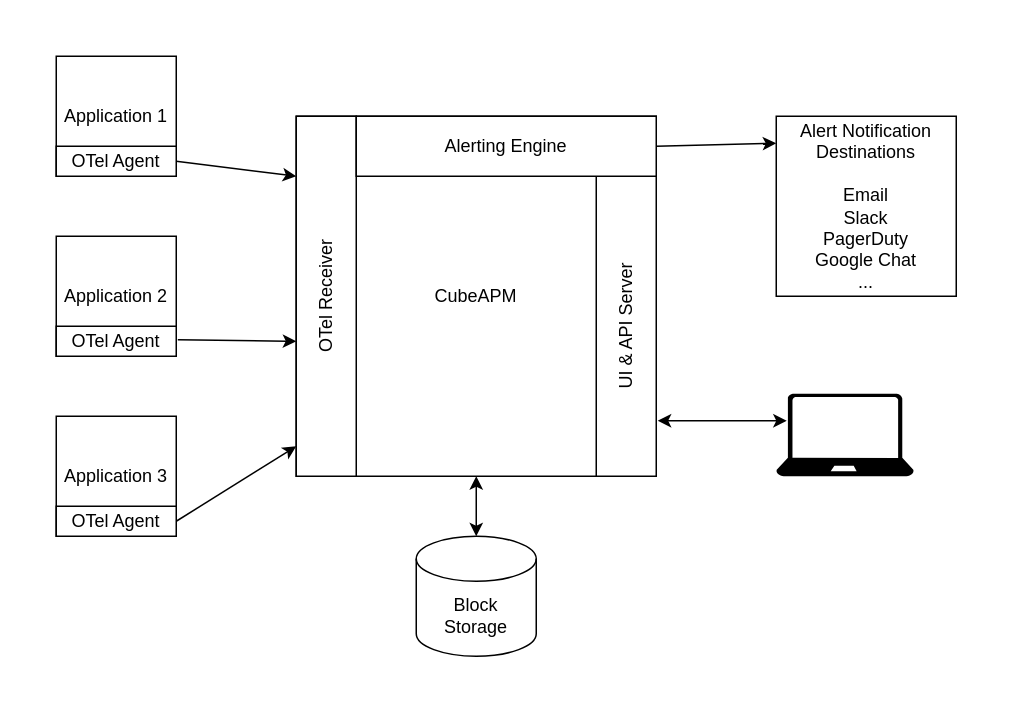
Earlier version of the draw.io diagram src/img/architecture.drawio (cubeapm/docs). Source tidied: cells renumbered, new cells numbered last; positions are measured from the earlier drawing's top-left corner, leaving out a move shared by most shapes. Both pictures are drawn from the tidied source at 150%, with x=0, y=0 at pixel (26, 26).
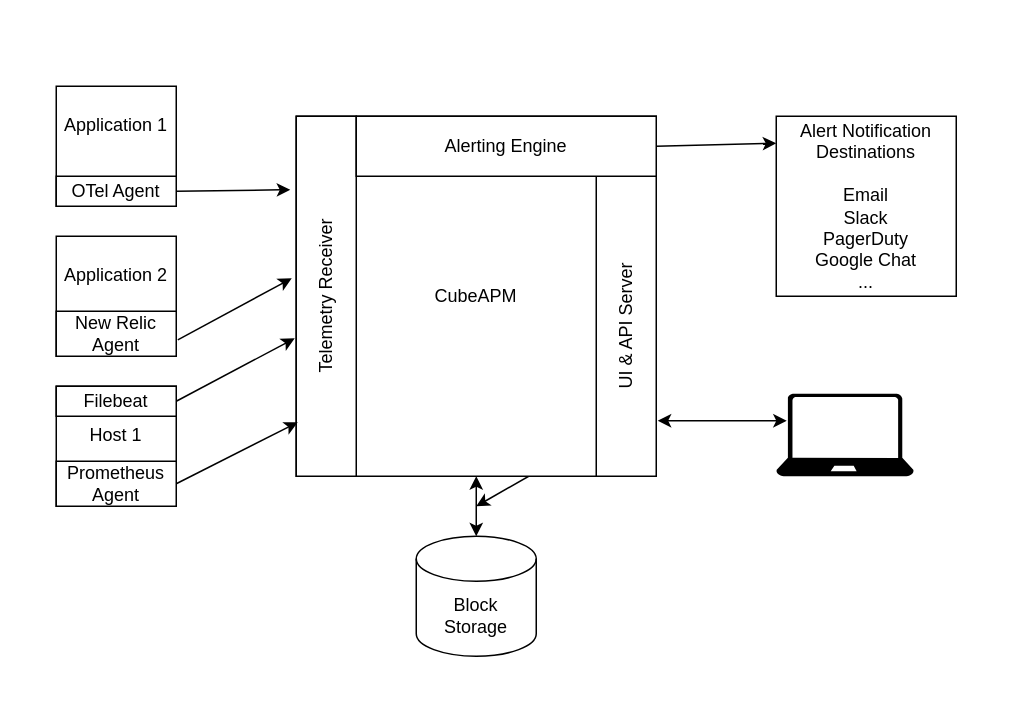
The same page after the edit.

The change refers to these unchanged cells:
```xml
<mxCell id="9" value="CubeAPM" style="whiteSpace=wrap;html=1;" parent="1" vertex="1">
  <mxGeometry x="180" y="60" width="240" height="240" as="geometry" />
</mxCell>
<mxCell id="14" value="UI &amp;amp; API Server" style="rounded=0;whiteSpace=wrap;html=1;rotation=-90;" parent="1" vertex="1">
  <mxGeometry x="300" y="180" width="200" height="40" as="geometry" />
</mxCell>
<mxCell id="20" value="Block&lt;br&gt;Storage" style="shape=cylinder3;whiteSpace=wrap;html=1;boundedLbl=1;backgroundOutline=1;size=15;" parent="1" vertex="1">
  <mxGeometry x="260" y="340" width="80" height="80" as="geometry" />
</mxCell>
```

Diff of the diagram source:
```diff
@@
     <mxCell id="2" style="rounded=0;whiteSpace=wrap;html=1;fillColor=#FFFFFF;fillStyle=auto;glass=0;strokeColor=none;" parent="1" vertex="1">
-      <mxGeometry width="640" height="440" as="geometry" />
+      <mxGeometry y="20" width="640" height="420" as="geometry" />
     </mxCell>
+    <mxCell id="21" style="endArrow=classic;startArrow=classic;html=1;rounded=0;" parent="1" edge="1">
+      <mxGeometry relative="1" as="geometry">
+        <mxPoint x="370" y="280" as="sourcePoint" />
+        <mxPoint x="300" y="320" as="targetPoint" />
+      </mxGeometry>
+    </mxCell>
-    <mxCell id="3" value="Application 1" style="whiteSpace=wrap;html=1;" parent="1" vertex="1">
-      <mxGeometry x="20" y="20" width="80" height="80" as="geometry" />
+    <mxCell id="3" value="Application 1&lt;div&gt;&lt;br&gt;&lt;/div&gt;&lt;div&gt;&lt;br&gt;&lt;/div&gt;" style="whiteSpace=wrap;html=1;" parent="1" vertex="1">
+      <mxGeometry x="20" y="40" width="80" height="80" as="geometry" />
     </mxCell>
     <mxCell id="4" value="OTel Agent" style="rounded=0;whiteSpace=wrap;html=1;" parent="1" vertex="1">
-      <mxGeometry x="20" y="80" width="80" height="20" as="geometry" />
+      <mxGeometry x="20" y="100" width="80" height="20" as="geometry" />
     </mxCell>
-    <mxCell id="5" value="Application 2&lt;br&gt;" style="whiteSpace=wrap;html=1;" parent="1" vertex="1">
+    <mxCell id="5" value="Application 2&lt;br&gt;&lt;div&gt;&lt;br&gt;&lt;/div&gt;&lt;div&gt;&lt;br&gt;&lt;/div&gt;" style="whiteSpace=wrap;html=1;" parent="1" vertex="1">
       <mxGeometry x="20" y="140" width="80" height="80" as="geometry" />
     </mxCell>
-    <mxCell id="6" value="OTel Agent" style="rounded=0;whiteSpace=wrap;html=1;" parent="1" vertex="1">
-      <mxGeometry x="20" y="200" width="80" height="20" as="geometry" />
-    </mxCell>
-    <mxCell id="7" value="Application 3" style="whiteSpace=wrap;html=1;" parent="1" vertex="1">
-      <mxGeometry x="20" y="260" width="80" height="80" as="geometry" />
-    </mxCell>
-    <mxCell id="8" value="OTel Agent" style="rounded=0;whiteSpace=wrap;html=1;" parent="1" vertex="1">
-      <mxGeometry x="20" y="320" width="80" height="20" as="geometry" />
-    </mxCell>
+    <mxCell id="22" value="New Relic Agent" style="rounded=0;whiteSpace=wrap;html=1;" parent="1" vertex="1">
+      <mxGeometry x="20" y="190" width="80" height="30" as="geometry" />
+    </mxCell>
+    <mxCell id="23" value="Host 1&lt;div&gt;&lt;br&gt;&lt;/div&gt;" style="whiteSpace=wrap;html=1;" parent="1" vertex="1">
+      <mxGeometry x="20" y="240" width="80" height="80" as="geometry" />
+    </mxCell>
+    <mxCell id="24" value="Prometheus Agent" style="rounded=0;whiteSpace=wrap;html=1;" parent="1" vertex="1">
+      <mxGeometry x="20" y="290" width="80" height="30" as="geometry" />
+    </mxCell>
@@
-    <mxCell id="10" value="OTel Receiver" style="rounded=0;whiteSpace=wrap;html=1;rotation=-90;" parent="1" vertex="1">
-      <mxGeometry x="80" y="160" width="240" height="40" as="geometry" />
-    </mxCell>
-    <mxCell id="11" style="endArrow=classic;html=1;rounded=0;exitX=1;exitY=0.5;exitDx=0;exitDy=0;" parent="1" edge="1" source="4">
-      <mxGeometry relative="1" as="geometry">
-        <mxPoint x="180" y="100" as="targetPoint" />
-      </mxGeometry>
-    </mxCell>
-    <mxCell id="12" style="endArrow=classic;html=1;rounded=0;exitX=1.013;exitY=0.863;exitDx=0;exitDy=0;exitPerimeter=0;" parent="1" edge="1" source="5">
-      <mxGeometry relative="1" as="geometry">
-        <mxPoint x="180" y="210" as="targetPoint" />
-      </mxGeometry>
-    </mxCell>
-    <mxCell id="13" style="endArrow=classic;html=1;rounded=0;exitX=1;exitY=0.5;exitDx=0;exitDy=0;" parent="1" edge="1" source="8">
-      <mxGeometry relative="1" as="geometry">
-        <mxPoint x="180" y="280" as="targetPoint" />
-      </mxGeometry>
-    </mxCell>
+    <mxCell id="25" value="Telemetry Receiver" style="rounded=0;whiteSpace=wrap;html=1;rotation=-90;" parent="1" vertex="1">
+      <mxGeometry x="80" y="160" width="240" height="40" as="geometry" />
+    </mxCell>
+    <mxCell id="26" style="endArrow=classic;html=1;rounded=0;exitX=1;exitY=0.5;exitDx=0;exitDy=0;entryX=0.796;entryY=-0.1;entryDx=0;entryDy=0;entryPerimeter=0;" parent="1" edge="1" source="4" target="25">
+      <mxGeometry relative="1" as="geometry" />
+    </mxCell>
+    <mxCell id="27" style="endArrow=classic;html=1;rounded=0;exitX=1.013;exitY=0.863;exitDx=0;exitDy=0;exitPerimeter=0;entryX=0.55;entryY=-0.075;entryDx=0;entryDy=0;entryPerimeter=0;" parent="1" edge="1" source="5" target="25">
+      <mxGeometry relative="1" as="geometry" />
+    </mxCell>
+    <mxCell id="28" style="endArrow=classic;html=1;rounded=0;exitX=1;exitY=0.5;exitDx=0;exitDy=0;entryX=0.15;entryY=0.025;entryDx=0;entryDy=0;entryPerimeter=0;" parent="1" edge="1" source="24" target="25">
+      <mxGeometry relative="1" as="geometry" />
+    </mxCell>
@@
-    <mxCell id="15" style="sketch=0;shadow=0;dashed=0;html=1;strokeColor=none;labelPosition=center;verticalLabelPosition=bottom;verticalAlign=top;align=center;fillColor=#000000;shape=mxgraph.azure.laptop;" parent="1" vertex="1">
-      <mxGeometry x="500" y="245" width="91.7" height="55" as="geometry" />
-    </mxCell>
-    <mxCell id="16" style="endArrow=classic;startArrow=classic;html=1;rounded=0;entryX=0.076;entryY=0.327;entryDx=0;entryDy=0;entryPerimeter=0;exitX=0.185;exitY=1.025;exitDx=0;exitDy=0;exitPerimeter=0;" parent="1" edge="1" source="14" target="15">
-      <mxGeometry relative="1" as="geometry" />
-    </mxCell>
+    <mxCell id="29" style="sketch=0;shadow=0;dashed=0;html=1;strokeColor=none;labelPosition=center;verticalLabelPosition=bottom;verticalAlign=top;align=center;fillColor=#000000;shape=mxgraph.azure.laptop;" parent="1" vertex="1">
+      <mxGeometry x="500" y="245" width="91.7" height="55" as="geometry" />
+    </mxCell>
+    <mxCell id="30" style="endArrow=classic;startArrow=classic;html=1;rounded=0;entryX=0.076;entryY=0.327;entryDx=0;entryDy=0;entryPerimeter=0;exitX=0.185;exitY=1.025;exitDx=0;exitDy=0;exitPerimeter=0;" parent="1" edge="1" source="14" target="29">
+      <mxGeometry relative="1" as="geometry" />
+    </mxCell>
@@
-    <mxCell id="21" style="endArrow=classic;startArrow=classic;html=1;rounded=0;" parent="1" edge="1" source="20" target="9">
-      <mxGeometry relative="1" as="geometry" />
-    </mxCell>
+    <mxCell id="31" style="endArrow=classic;startArrow=classic;html=1;rounded=0;" parent="1" edge="1" source="20" target="9">
+      <mxGeometry relative="1" as="geometry" />
+    </mxCell>
+    <mxCell id="32" value="Filebeat" style="rounded=0;whiteSpace=wrap;html=1;" parent="1" vertex="1">
+      <mxGeometry x="20" y="240" width="80" height="20" as="geometry" />
+    </mxCell>
+    <mxCell id="33" style="endArrow=classic;html=1;rounded=0;exitX=1;exitY=0.5;exitDx=0;exitDy=0;entryX=0.383;entryY=-0.025;entryDx=0;entryDy=0;entryPerimeter=0;" parent="1" edge="1" source="32" target="25">
+      <mxGeometry relative="1" as="geometry" />
+    </mxCell>
```
